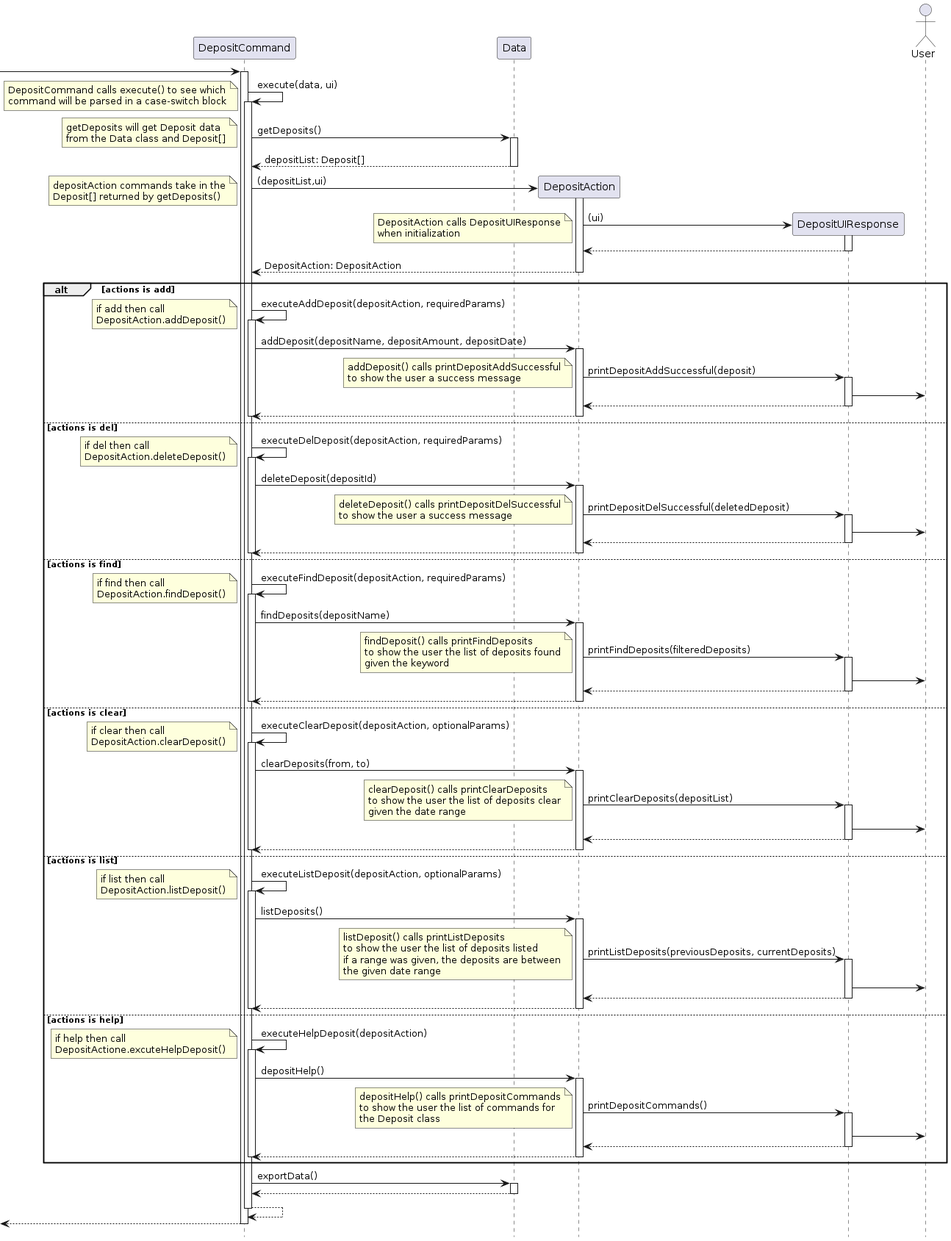
This is docs/images/DepositCommandSequence.png from stephenkyang/tp, a PlantUML export, as it was before one commit.
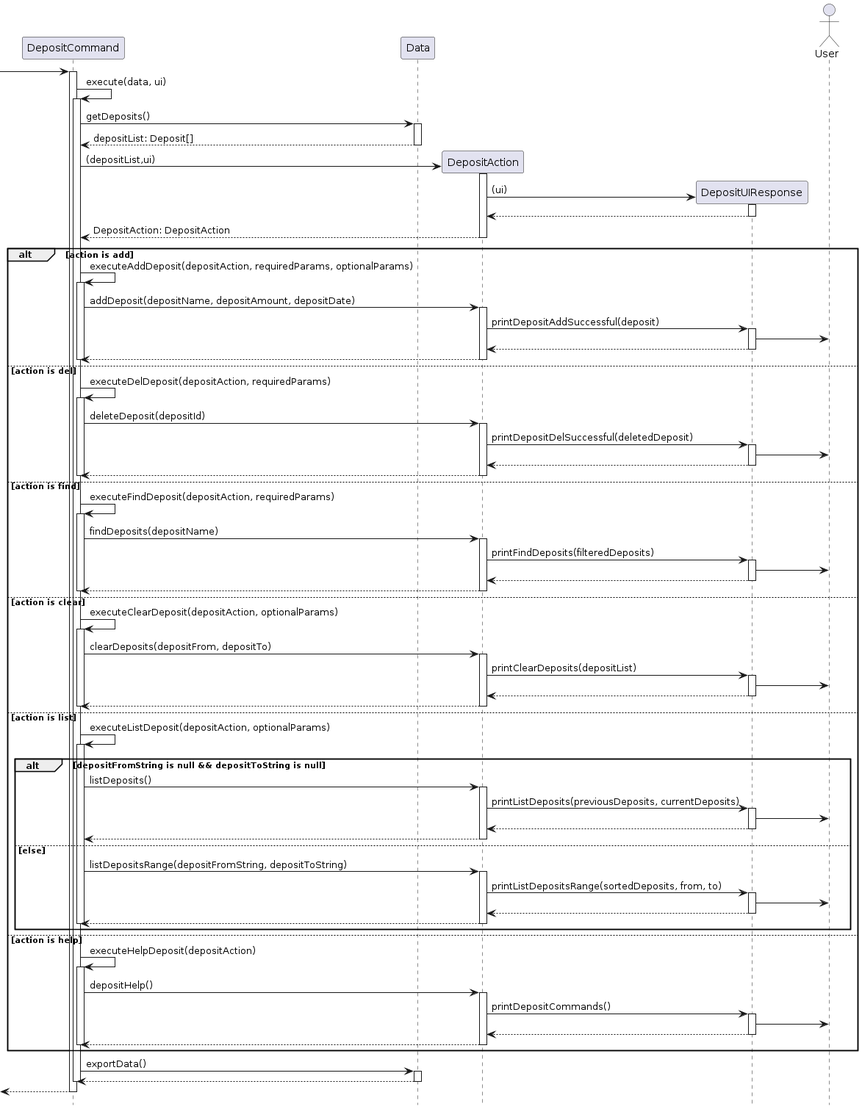
Above is the later version.

Change to the diagram source:
```diff
@@ -12,32 +12,16 @@
 
 activate "DepositCommand"
 "DepositCommand" -> "DepositCommand": execute(data, ui)
-note left
-    DepositCommand calls execute() to see which
-    command will be parsed in a case-switch block
- end note
 activate  "DepositCommand"
 "DepositCommand" -> "Data": getDeposits()
- note left
-    getDeposits will get Deposit data
-    from the Data class and Deposit[]
- end note
 activate "Data"
 return depositList: Deposit[]
 deactivate "Data"
 
 "DepositCommand" -> "DepositAction" ** : (depositList,ui)
- note left
-    depositAction commands take in the
-    Deposit[] returned by getDeposits()
- end note
 activate "DepositAction"
 
 "DepositAction" -> "DepositUIResponse" ** : (ui)
-note left
-    DepositAction calls DepositUIResponse
-    when initialization
- end note
 activate "DepositUIResponse"
 "DepositUIResponse" --> "DepositAction"
 deactivate "DepositUIResponse"
@@ -46,22 +30,12 @@
 deactivate "DepositAction"
 
 
-alt actions is add
-"DepositCommand" -> "DepositCommand": executeAddDeposit(depositAction, requiredParams)
-note left
-    if add then call
-    DepositAction.addDeposit()
- end note
-
+alt action is add
+"DepositCommand" -> "DepositCommand": executeAddDeposit(depositAction, requiredParams, optionalParams)
 activate "DepositCommand"
 "DepositCommand" -> "DepositAction" : addDeposit(depositName, depositAmount, depositDate)
 activate "DepositAction"
 "DepositAction" -> "DepositUIResponse" : printDepositAddSuccessful(deposit)
-note left
-    addDeposit() calls printDepositAddSuccessful
-    to show the user a success message
- end note
-
 activate "DepositUIResponse"
 "DepositUIResponse" -> User
 return
@@ -69,20 +43,12 @@
 
 deactivate "DepositCommand"
 
-else actions is del
+else action is del
 "DepositCommand" -> "DepositCommand": executeDelDeposit(depositAction, requiredParams)
-note left
-    if del then call
-    DepositAction.deleteDeposit()
- end note
 activate "DepositCommand"
 "DepositCommand" -> "DepositAction" : deleteDeposit(depositId)
 activate "DepositAction"
 "DepositAction" -> "DepositUIResponse" : printDepositDelSuccessful(deletedDeposit)
-note left
-    deleteDeposit() calls printDepositDelSuccessful
-    to show the user a success message
- end note
 activate "DepositUIResponse"
 "DepositUIResponse" -> User
 return
@@ -90,23 +56,12 @@
 
 deactivate "DepositCommand"
 
-else actions is find
+else action is find
 "DepositCommand" -> "DepositCommand": executeFindDeposit(depositAction, requiredParams)
-note left
-    if find then call
-    DepositAction.findDeposit()
- end note
 activate "DepositCommand"
 "DepositCommand" -> "DepositAction" : findDeposits(depositName)
-
 activate "DepositAction"
-
 "DepositAction" -> "DepositUIResponse" : printFindDeposits(filteredDeposits)
-note left
-    findDeposit() calls printFindDeposits
-    to show the user the list of deposits found
-    given the keyword
- end note
 activate "DepositUIResponse"
 "DepositUIResponse" -> User
 return
@@ -114,23 +69,12 @@
 
 deactivate "DepositCommand"
 
-else actions is clear
+else action is clear
 "DepositCommand" -> "DepositCommand": executeClearDeposit(depositAction, optionalParams)
-note left
-    if clear then call
-    DepositAction.clearDeposit()
- end note
 activate "DepositCommand"
-"DepositCommand" -> "DepositAction" : clearDeposits(from, to)
-
+"DepositCommand" -> "DepositAction" : clearDeposits(depositFrom, depositTo)
 activate "DepositAction"
-
 "DepositAction" -> "DepositUIResponse" : printClearDeposits(depositList)
-note left
-    clearDeposit() calls printClearDeposits
-    to show the user the list of deposits clear
-    given the date range
-end note
 activate "DepositUIResponse"
 "DepositUIResponse" -> User
 return
@@ -138,65 +82,50 @@
 
 deactivate "DepositCommand"
 
-else actions is list
+else action is list
 "DepositCommand" -> "DepositCommand": executeListDeposit(depositAction, optionalParams)
-note left
-    if list then call
-    DepositAction.listDeposit()
- end note
 activate "DepositCommand"
+
+alt depositFromString is null && depositToString is null
 "DepositCommand" -> "DepositAction" : listDeposits()
 activate "DepositAction"
 "DepositAction" -> "DepositUIResponse" : printListDeposits(previousDeposits, currentDeposits)
-note left
-    listDeposit() calls printListDeposits
-    to show the user the list of deposits listed
-    if a range was given, the deposits are between
-    the given date range
-end note
+activate "DepositUIResponse"
+"DepositUIResponse" -> User
+return
+return
+
+else else
+"DepositCommand" -> "DepositAction" : listDepositsRange(depositFromString, depositToString)
+activate "DepositAction"
+"DepositAction" -> "DepositUIResponse" : printListDepositsRange(sortedDeposits, from, to)
+activate "DepositUIResponse"
+"DepositUIResponse" -> User
+return
+return
+deactivate "DepositCommand"
+end
+
+else action is help
+"DepositCommand" -> "DepositCommand": executeHelpDeposit(depositAction)
+activate "DepositCommand"
+"DepositCommand" -> "DepositAction" : depositHelp()
+activate "DepositAction"
+"DepositAction" -> "DepositUIResponse" : printDepositCommands()
 activate "DepositUIResponse"
 "DepositUIResponse" -> User
 return
 return
 
 deactivate "DepositCommand"
-
-else actions is help
-
-"DepositCommand" -> "DepositCommand": executeHelpDeposit(depositAction)
-note left
-    if help then call
-    DepositActione.excuteHelpDeposit()
- end note
-activate "DepositCommand"
-"DepositCommand" -> "DepositAction" : depositHelp()
-activate "DepositAction"
-"DepositAction" -> "DepositUIResponse" : printDepositCommands()
-note left
-    depositHelp() calls printDepositCommands
-    to show the user the list of commands for
-    the Deposit class
-end note
-activate "DepositUIResponse"
-"DepositUIResponse" -> User
-return
-return
-
-deactivate "DepositCommand"
-
 end
 
 "DepositCommand" -> "Data": exportData()
-
 activate "Data"
 return
-
 deactivate "Data"
 
-"DepositCommand" --> "DepositCommand"
 deactivate "DepositCommand"
-
-<-- "DepositCommand"
+ <-- "DepositCommand":
 deactivate "DepositCommand"
-
 @enduml
```
